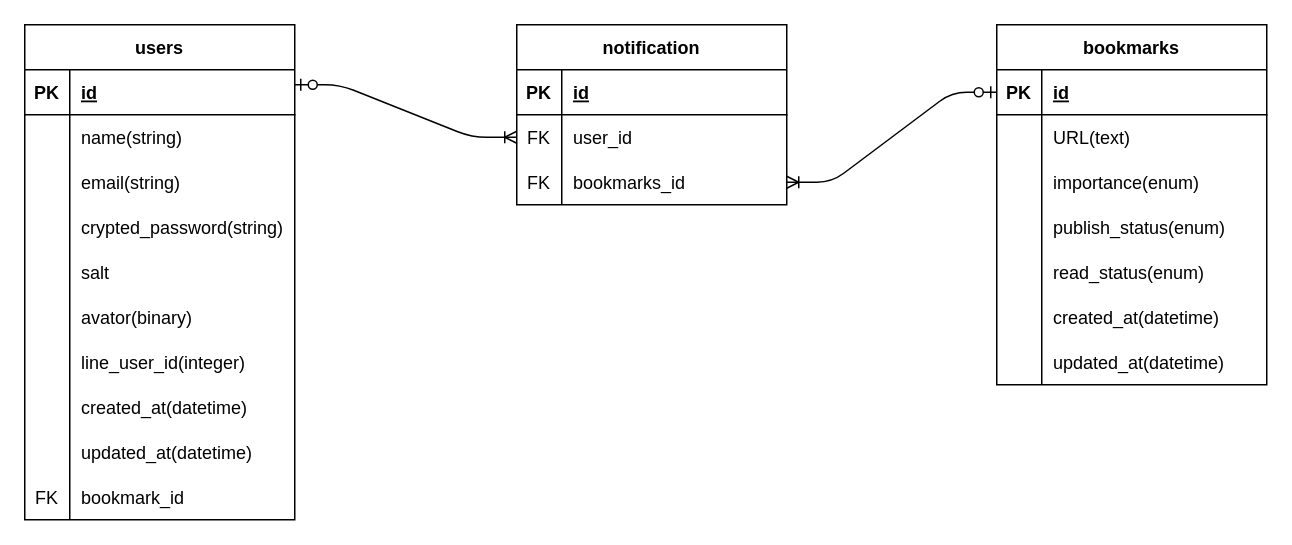
kitade-shogo/ArtiClear keeps this draw.io diagram as ER_diagram.drawio. Above is the earlier version. Source tidied: cells renumbered, new cells numbered last; positions are measured from the earlier drawing's top-left corner, leaving out a move shared by most shapes. Both pictures are drawn from the tidied source at 150%, with x=0, y=0 at pixel (24, 24).
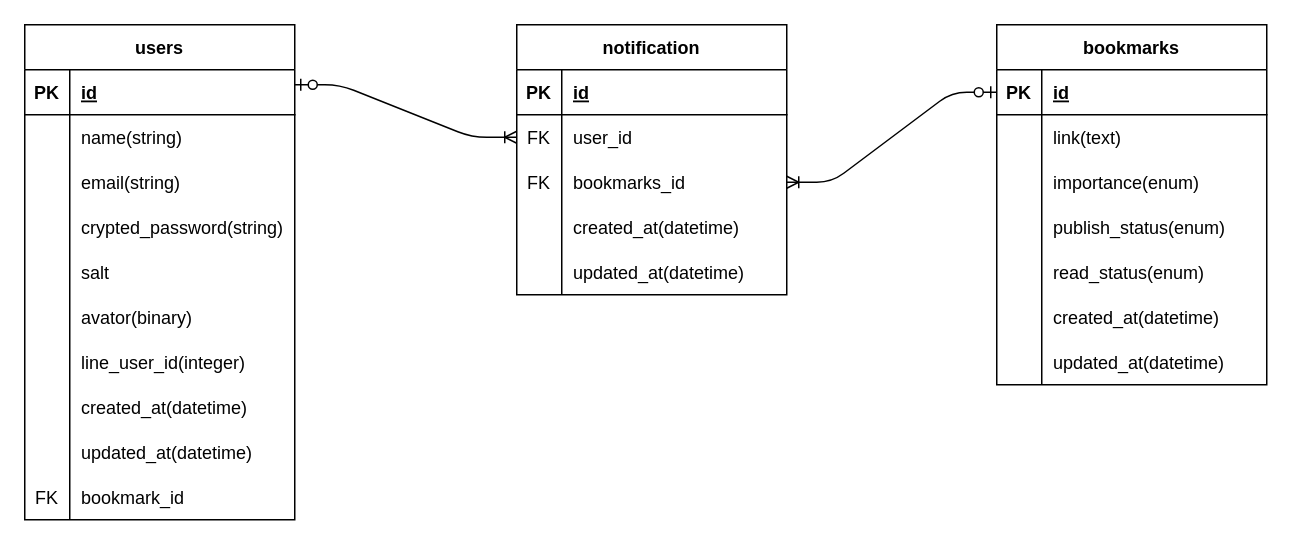
After the change.

The change refers to these unchanged cells:
```xml
<mxCell id="37" style="shape=tableRow;horizontal=0;startSize=0;swimlaneHead=0;swimlaneBody=0;fillColor=none;top=0;left=0;right=0;bottom=0;" parent="33" vertex="1">
  <mxGeometry y="60" width="180" height="30" as="geometry" />
</mxCell>
```

The edit, as a diff of the source:
```diff
@@
-    <mxCell id="39" value="URL(text)" style="shape=partialRectangle;fillColor=none;top=0;left=0;bottom=0;right=0;align=left;spacingLeft=6;overflow=hidden;" parent="37" vertex="1">
+    <mxCell id="39" value="link(text)" style="shape=partialRectangle;fillColor=none;top=0;left=0;bottom=0;right=0;align=left;spacingLeft=6;overflow=hidden;" parent="37" vertex="1">
       <mxGeometry x="30" width="150" height="30" as="geometry" />
     </mxCell>
@@
     <mxCell id="55" value="notification" style="shape=table;startSize=30;childLayout=tableLayout;rowLines=0;fontStyle=1;align=center;" parent="1" vertex="1">
-      <mxGeometry x="328" width="180" height="120" as="geometry" />
+      <mxGeometry x="328" width="180" height="180" as="geometry" />
     </mxCell>
@@
+    <mxCell id="67" style="shape=tableRow;horizontal=0;startSize=0;swimlaneHead=0;swimlaneBody=0;fillColor=none;top=0;left=0;right=0;bottom=0;" parent="55" vertex="1">
+      <mxGeometry y="120" width="180" height="30" as="geometry" />
+    </mxCell>
+    <mxCell id="68" style="shape=partialRectangle;fillColor=none;top=0;left=0;bottom=0;right=0;overflow=hidden;" parent="67" vertex="1">
+      <mxGeometry width="30" height="30" as="geometry" />
+    </mxCell>
+    <mxCell id="69" value="created_at(datetime)" style="shape=partialRectangle;fillColor=none;top=0;left=0;bottom=0;right=0;align=left;spacingLeft=6;overflow=hidden;" parent="67" vertex="1">
+      <mxGeometry x="30" width="150" height="30" as="geometry" />
+    </mxCell>
+    <mxCell id="70" style="shape=tableRow;horizontal=0;startSize=0;swimlaneHead=0;swimlaneBody=0;fillColor=none;top=0;left=0;right=0;bottom=0;" parent="55" vertex="1">
+      <mxGeometry y="150" width="180" height="30" as="geometry" />
+    </mxCell>
+    <mxCell id="71" style="shape=partialRectangle;fillColor=none;top=0;left=0;bottom=0;right=0;overflow=hidden;" parent="70" vertex="1">
+      <mxGeometry width="30" height="30" as="geometry" />
+    </mxCell>
+    <mxCell id="72" value="updated_at(datetime)" style="shape=partialRectangle;fillColor=none;top=0;left=0;bottom=0;right=0;align=left;spacingLeft=6;overflow=hidden;" parent="70" vertex="1">
+      <mxGeometry x="30" width="150" height="30" as="geometry" />
+    </mxCell>
```
